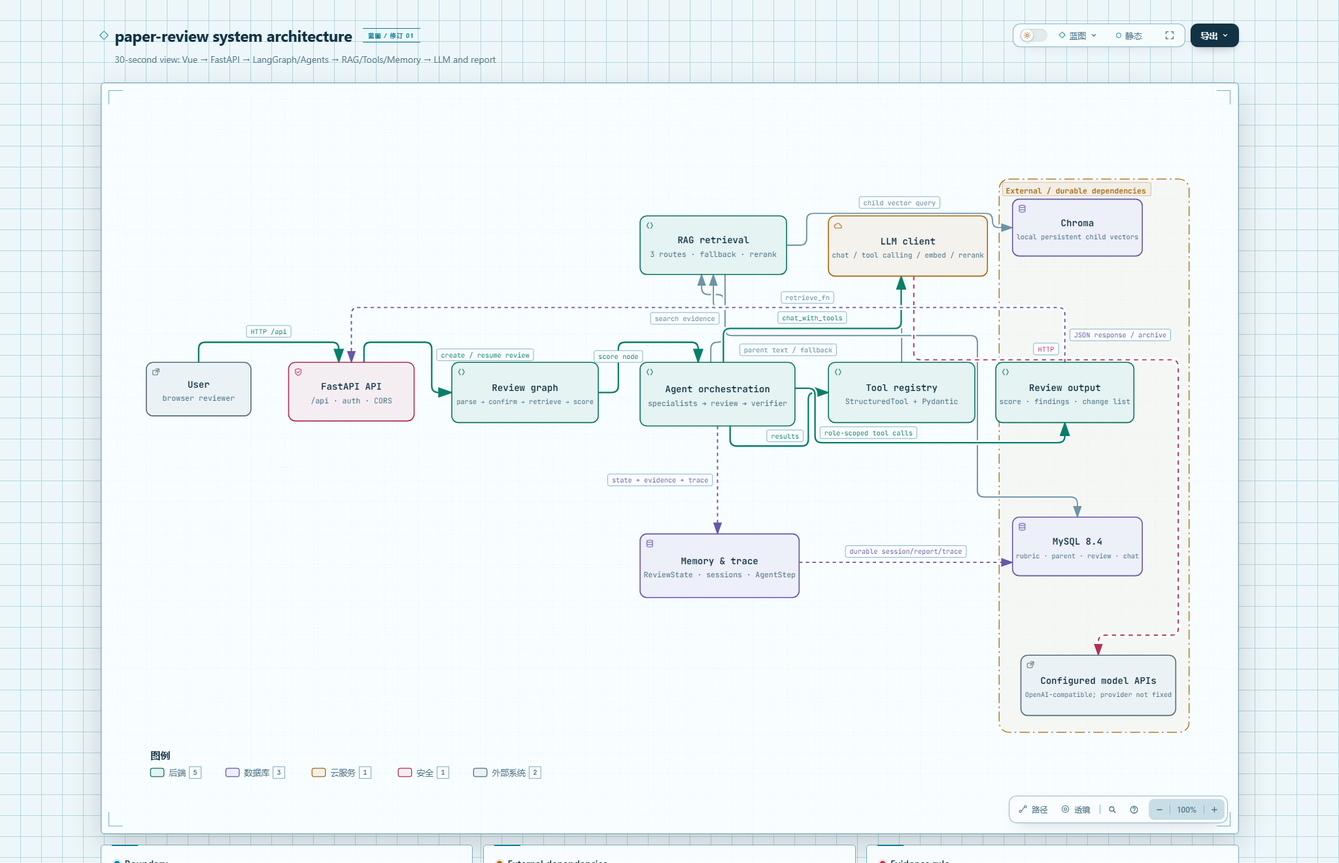
Earlier version of the Mermaid export docs/version/Final_version/archify/system-architecture.png (aaGlaming/paper-review). Its source is kept beside it as docs/version/Final_version/archify/system-architecture.mmd. Source of this version:
```mermaid
flowchart TB
    Browser["Browser / Vue 3 SPA"] -->|"/api via Vite proxy"| API["FastAPI API layer\nbackend/app/api"]
    API --> Auth["Auth / permissions\nbackend/app/auth"]
    API --> Graph["LangGraph review graph\nparse → confirm → retrieve → score"]
    Graph --> Specialists["Specialist Agents\nevidence / topic_fit / coherence"]
    Specialists --> Review["review_agent"]
    Review --> Verifier["verifier_agent\nkeep / downgrade / insufficient / reject"]
    Graph --> Rules["Deterministic rules\nconsistency / quote / aggregate"]
    Review --> Tools["Local StructuredTools\nbackend/app/agent/tools.py"]
    Tools --> Retrieve["RAG retrieval\nthree routes + fallback + optional rerank"]
    Retrieve --> Chroma[("Chroma\nchild vectors")]
    Retrieve --> MySQL[("MySQL\nparents / rubric / review / chat / trace")]
    Tools --> Rules
    Review --> LLM["OpenAI-compatible HTTP\nchat + tool calling"]
    Retrieve --> Embed["Embedding HTTP"]
    Retrieve --> Rerank["Optional Rerank HTTP"]
    LLM --> Model[("Configured model service")]
    Embed --> ModelE[("Configured embedding service")]
    Rerank --> ModelR[("Configured rerank service")]
    API --> Chat["Record-level AI chat"]
    Chat --> MySQL
    API --> Obs["JSON logs / metrics / AgentStep"]
    Graph --> Obs
```
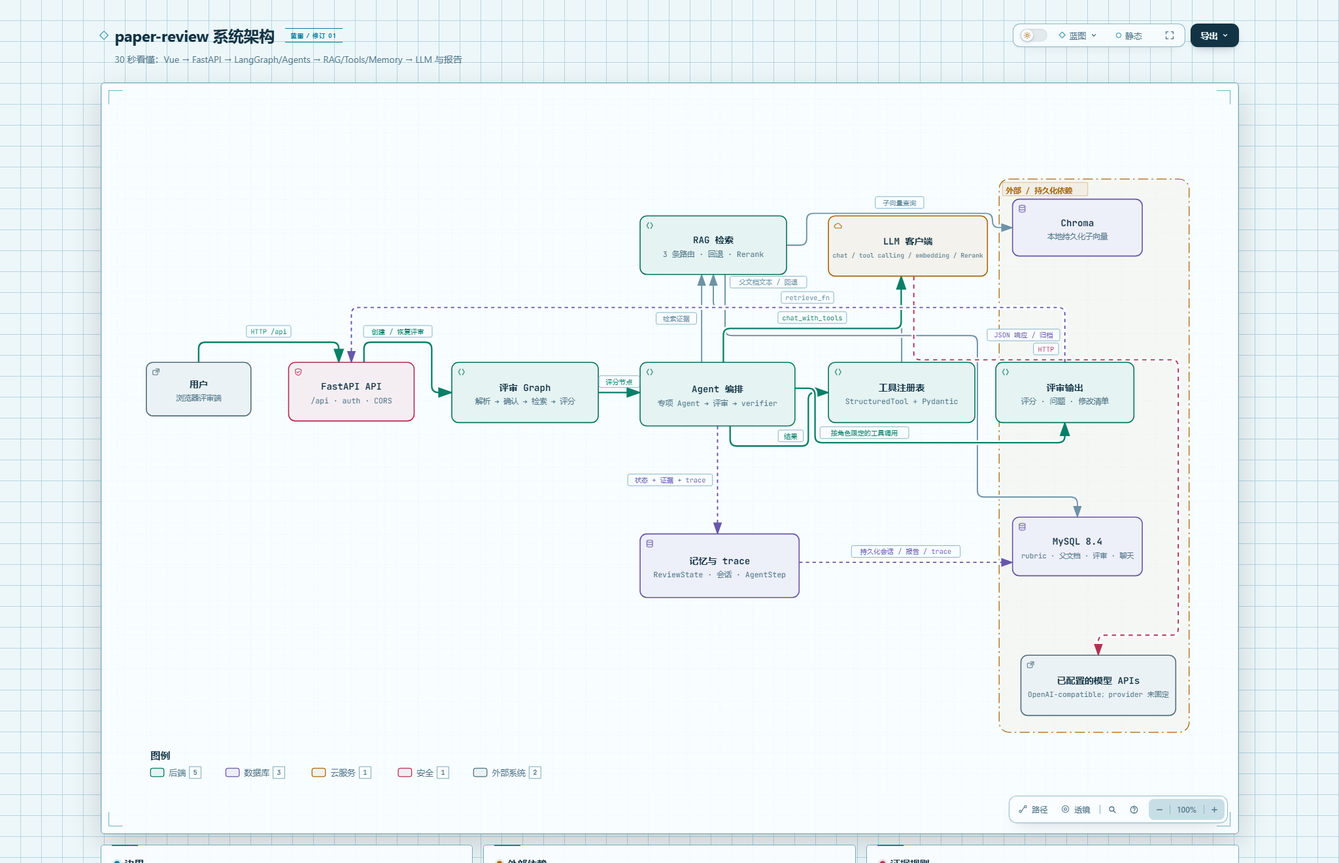
Above is the later version.

The edit, as a diff of the source:
```diff
@@ -1,23 +1,23 @@
 flowchart TB
-    Browser["Browser / Vue 3 SPA"] -->|"/api via Vite proxy"| API["FastAPI API layer\nbackend/app/api"]
-    API --> Auth["Auth / permissions\nbackend/app/auth"]
-    API --> Graph["LangGraph review graph\nparse → confirm → retrieve → score"]
-    Graph --> Specialists["Specialist Agents\nevidence / topic_fit / coherence"]
+    Browser["浏览器 / Vue 3 SPA"] -->|"经 Vite proxy 访问 /api"| API["FastAPI API 层\nbackend/app/api"]
+    API --> Auth["认证 / 权限\nbackend/app/auth"]
+    API --> Graph["LangGraph 评审 Graph\n解析 → 确认 → 检索 → 评分"]
+    Graph --> Specialists["专项 Agents\nevidence / topic_fit / coherence"]
     Specialists --> Review["review_agent"]
-    Review --> Verifier["verifier_agent\nkeep / downgrade / insufficient / reject"]
-    Graph --> Rules["Deterministic rules\nconsistency / quote / aggregate"]
-    Review --> Tools["Local StructuredTools\nbackend/app/agent/tools.py"]
-    Tools --> Retrieve["RAG retrieval\nthree routes + fallback + optional rerank"]
-    Retrieve --> Chroma[("Chroma\nchild vectors")]
-    Retrieve --> MySQL[("MySQL\nparents / rubric / review / chat / trace")]
+    Review --> Verifier["verifier_agent\n保留 / 降级 / 证据不足 / 拒绝"]
+    Graph --> Rules["确定性规则\n一致性 / 引用 / 聚合"]
+    Review --> Tools["本地 StructuredTools\nbackend/app/agent/tools.py"]
+    Tools --> Retrieve["RAG 检索\n3 条路由 + 回退 + 可选 Rerank"]
+    Retrieve --> Chroma[("Chroma\n子向量")]
+    Retrieve --> MySQL[("MySQL\n父文档 / rubric / 评审 / 聊天 / trace")]
     Tools --> Rules
     Review --> LLM["OpenAI-compatible HTTP\nchat + tool calling"]
     Retrieve --> Embed["Embedding HTTP"]
-    Retrieve --> Rerank["Optional Rerank HTTP"]
-    LLM --> Model[("Configured model service")]
-    Embed --> ModelE[("Configured embedding service")]
-    Rerank --> ModelR[("Configured rerank service")]
-    API --> Chat["Record-level AI chat"]
+    Retrieve --> Rerank["可选 Rerank HTTP"]
+    LLM --> Model[("已配置的模型服务")]
+    Embed --> ModelE[("已配置的 embedding 服务")]
+    Rerank --> ModelR[("已配置的 Rerank 服务")]
+    API --> Chat["记录级 AI 聊天"]
     Chat --> MySQL
-    API --> Obs["JSON logs / metrics / AgentStep"]
+    API --> Obs["JSON 日志 / metrics / AgentStep"]
     Graph --> Obs
```
